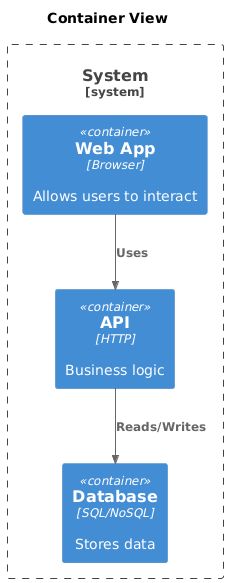
Above: docs/diagrams/hover-and-click/images/c4-container-diagram.png in SevDev21/disney-ai-plus (PlantUML), before the change. The source it was exported from:
```plantuml
@startuml


!include <C4/C4_Container>

title Container View

System_Boundary(system, "System") {
  Container(web, "Web App", "Browser", "Allows users to interact")
  Container(api, "API", "HTTP", "Business logic")
  Container(db, "Database", "SQL/NoSQL", "Stores data")
}
Rel(web, api, "Uses")
Rel(api, db, "Reads/Writes")
@enduml
```
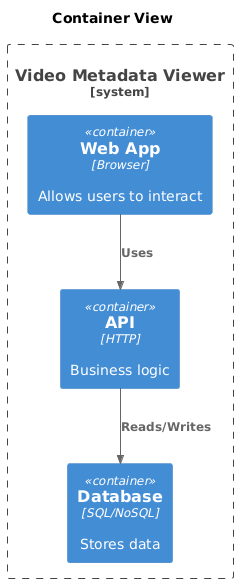
The same diagram one commit later.

Diff of the diagram source:
```diff
@@ -1,15 +1,14 @@
 @startuml
-
-
 !include <C4/C4_Container>
 
 title Container View
 
-System_Boundary(system, "System") {
+System_Boundary(system, "Video Metadata Viewer") {
   Container(web, "Web App", "Browser", "Allows users to interact")
   Container(api, "API", "HTTP", "Business logic")
   Container(db, "Database", "SQL/NoSQL", "Stores data")
 }
+
 Rel(web, api, "Uses")
 Rel(api, db, "Reads/Writes")
 @enduml
```
